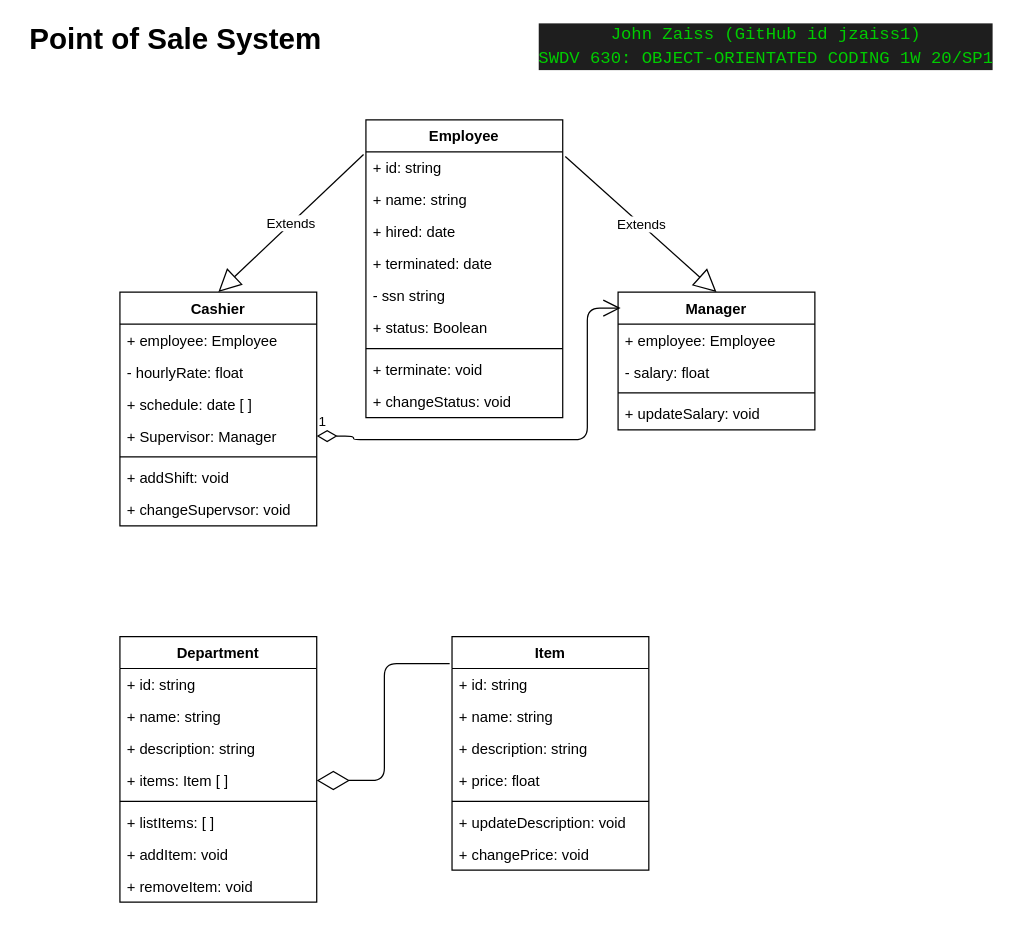
This is docs/pos-class-diagram-swdv630-jzaiss1.drawio from jzaiss1/swdv630-final-project, a draw.io file, before an edit. Source tidied: cells renumbered, new cells numbered last; positions are measured from the earlier drawing's top-left corner, leaving out a move shared by most shapes. Both pictures are drawn from the tidied source at 123%, with x=0, y=0 at pixel (21, 21).
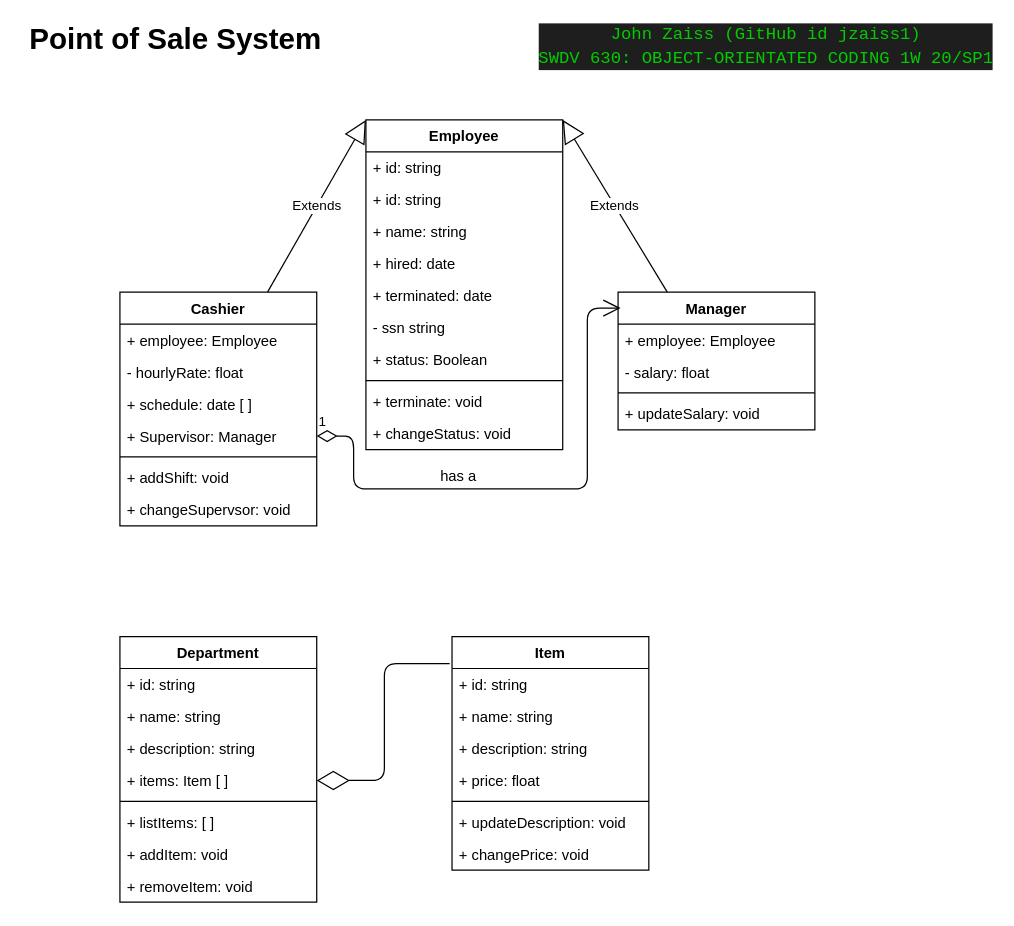
After the change.

The change refers to these unchanged cells:
```xml
<mxCell id="32" value="Cashier" style="swimlane;fontStyle=1;align=center;verticalAlign=top;horizontal=1;startSize=26;" parent="1" vertex="1">
  <mxGeometry x="80" y="220" width="160" height="190" as="geometry" />
</mxCell>
<mxCell id="36" value="+ Supervisor: Manager" style="text;strokeColor=none;fillColor=none;align=left;verticalAlign=top;spacingLeft=4;spacingRight=4;overflow=hidden;points=[[0,0.5],[1,0.5]];portConstraint=eastwest;" parent="32" vertex="1">
  <mxGeometry y="104" width="160" height="26" as="geometry" />
</mxCell>
<mxCell id="40" value="Manager" style="swimlane;fontStyle=1;align=center;verticalAlign=top;horizontal=1;startSize=26;" parent="1" vertex="1">
  <mxGeometry x="485" y="220" width="160" height="112" as="geometry" />
</mxCell>
```

The edit, as a diff of the source:
```diff
@@
     <mxCell id="2" value="Employee" style="swimlane;fontStyle=1;align=center;verticalAlign=top;horizontal=1;startSize=26;" parent="1" vertex="1">
-      <mxGeometry x="280" y="80" width="160" height="242" as="geometry" />
+      <mxGeometry x="280" y="80" width="160" height="268" as="geometry" />
     </mxCell>
+    <mxCell id="48" value="+ id: string" style="text;strokeColor=none;fillColor=none;align=left;verticalAlign=top;spacingLeft=4;spacingRight=4;overflow=hidden;" parent="2" vertex="1">
+      <mxGeometry y="26" width="160" height="26" as="geometry" />
+    </mxCell>
     <mxCell id="3" value="+ id: string" style="text;strokeColor=none;fillColor=none;align=left;verticalAlign=top;spacingLeft=4;spacingRight=4;overflow=hidden;" parent="2" vertex="1">
-      <mxGeometry y="26" width="160" height="26" as="geometry" />
+      <mxGeometry y="52" width="160" height="26" as="geometry" />
     </mxCell>
     <mxCell id="4" value="+ name: string" style="text;strokeColor=none;fillColor=none;align=left;verticalAlign=top;spacingLeft=4;spacingRight=4;overflow=hidden;" parent="2" vertex="1">
-      <mxGeometry y="52" width="160" height="26" as="geometry" />
+      <mxGeometry y="78" width="160" height="26" as="geometry" />
     </mxCell>
     <mxCell id="5" value="+ hired: date" style="text;strokeColor=none;fillColor=none;align=left;verticalAlign=top;spacingLeft=4;spacingRight=4;overflow=hidden;" parent="2" vertex="1">
-      <mxGeometry y="78" width="160" height="26" as="geometry" />
+      <mxGeometry y="104" width="160" height="26" as="geometry" />
     </mxCell>
     <mxCell id="6" value="+ terminated: date" style="text;strokeColor=none;fillColor=none;align=left;verticalAlign=top;spacingLeft=4;spacingRight=4;overflow=hidden;" parent="2" vertex="1">
-      <mxGeometry y="104" width="160" height="26" as="geometry" />
+      <mxGeometry y="130" width="160" height="26" as="geometry" />
     </mxCell>
     <mxCell id="7" value="- ssn string" style="text;strokeColor=none;fillColor=none;align=left;verticalAlign=top;spacingLeft=4;spacingRight=4;overflow=hidden;" parent="2" vertex="1">
-      <mxGeometry y="130" width="160" height="26" as="geometry" />
+      <mxGeometry y="156" width="160" height="26" as="geometry" />
     </mxCell>
     <mxCell id="8" value="+ status: Boolean" style="text;strokeColor=none;fillColor=none;align=left;verticalAlign=top;spacingLeft=4;spacingRight=4;overflow=hidden;" parent="2" vertex="1">
-      <mxGeometry y="156" width="160" height="26" as="geometry" />
+      <mxGeometry y="182" width="160" height="26" as="geometry" />
     </mxCell>
     <mxCell id="9" style="line;strokeWidth=1;fillColor=none;align=left;verticalAlign=middle;spacingTop=-1;spacingLeft=3;spacingRight=3;labelPosition=right;" parent="2" vertex="1">
-      <mxGeometry y="182" width="160" height="8" as="geometry" />
+      <mxGeometry y="208" width="160" height="8" as="geometry" />
     </mxCell>
     <mxCell id="10" value="+ terminate: void" style="text;strokeColor=none;fillColor=none;align=left;verticalAlign=top;spacingLeft=4;spacingRight=4;overflow=hidden;" parent="2" vertex="1">
-      <mxGeometry y="190" width="160" height="26" as="geometry" />
+      <mxGeometry y="216" width="160" height="26" as="geometry" />
     </mxCell>
     <mxCell id="11" value="+ changeStatus: void" style="text;strokeColor=none;fillColor=none;align=left;verticalAlign=top;spacingLeft=4;spacingRight=4;overflow=hidden;" parent="2" vertex="1">
-      <mxGeometry y="216" width="160" height="26" as="geometry" />
+      <mxGeometry y="242" width="160" height="26" as="geometry" />
     </mxCell>
@@
-    <mxCell id="45" value="Extends" style="endArrow=block;endSize=16;endFill=0;html=1;exitX=-0.012;exitY=0.116;exitDx=0;exitDy=0;exitPerimeter=0;entryX=0.5;entryY=0;entryDx=0;entryDy=0;" parent="1" edge="1" source="2" target="32">
+    <mxCell id="45" value="Extends" style="endArrow=block;endSize=16;endFill=0;html=1;exitX=0.75;exitY=0;exitDx=0;exitDy=0;entryX=0;entryY=0;entryDx=0;entryDy=0;" parent="1" edge="1" source="32" target="2">
       <mxGeometry relative="1" as="geometry" />
     </mxCell>
-    <mxCell id="46" value="Extends" style="endArrow=block;endSize=16;endFill=0;html=1;exitX=1.013;exitY=0.123;exitDx=0;exitDy=0;exitPerimeter=0;entryX=0.5;entryY=0;entryDx=0;entryDy=0;" parent="1" edge="1" source="2" target="40">
+    <mxCell id="46" value="Extends" style="endArrow=block;endSize=16;endFill=0;html=1;exitX=0.25;exitY=0;exitDx=0;exitDy=0;entryX=1;entryY=0;entryDx=0;entryDy=0;" parent="1" edge="1" source="40" target="2">
       <mxGeometry relative="1" as="geometry" />
     </mxCell>
     <mxCell id="47" value="1" style="endArrow=open;html=1;endSize=12;startArrow=diamondThin;startSize=14;startFill=0;edgeStyle=orthogonalEdgeStyle;align=left;verticalAlign=bottom;exitX=1;exitY=0.5;exitDx=0;exitDy=0;entryX=0.013;entryY=0.116;entryDx=0;entryDy=0;entryPerimeter=0;" parent="1" edge="1" source="36" target="40">
       <mxGeometry x="-1" y="3" relative="1" as="geometry">
         <Array as="points">
           <mxPoint x="270" y="337" />
-          <mxPoint x="270" y="340" />
-          <mxPoint x="460" y="340" />
+          <mxPoint x="270" y="380" />
+          <mxPoint x="460" y="380" />
           <mxPoint x="460" y="233" />
         </Array>
       </mxGeometry>
     </mxCell>
+    <mxCell id="49" value="has a" style="text;html=1;align=center;verticalAlign=middle;" parent="1" vertex="1">
+      <mxGeometry x="330" y="360" width="50" height="20" as="geometry" />
+    </mxCell>
```
